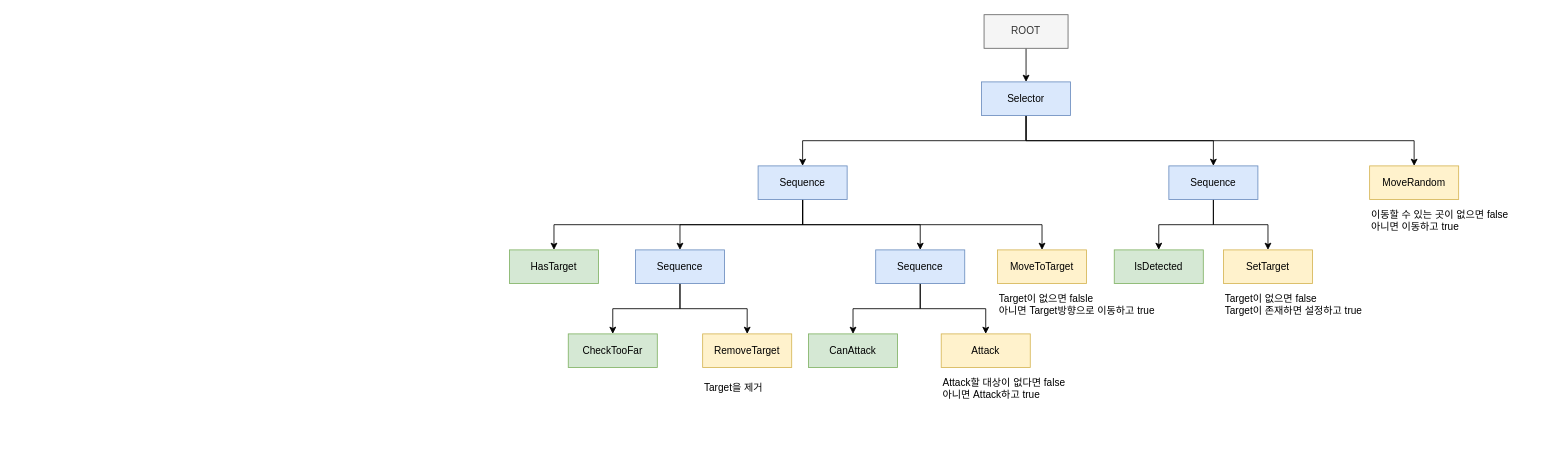
Seobok/DungeonMetronome keeps this draw.io diagram as EnemyBT.drawio. Above is the earlier version. Source tidied: cells renumbered, new cells numbered last; positions are measured from the earlier drawing's top-left corner, leaving out a move shared by most shapes. Both pictures are drawn from the tidied source at 84%, with x=0, y=0 at pixel (509, 14).
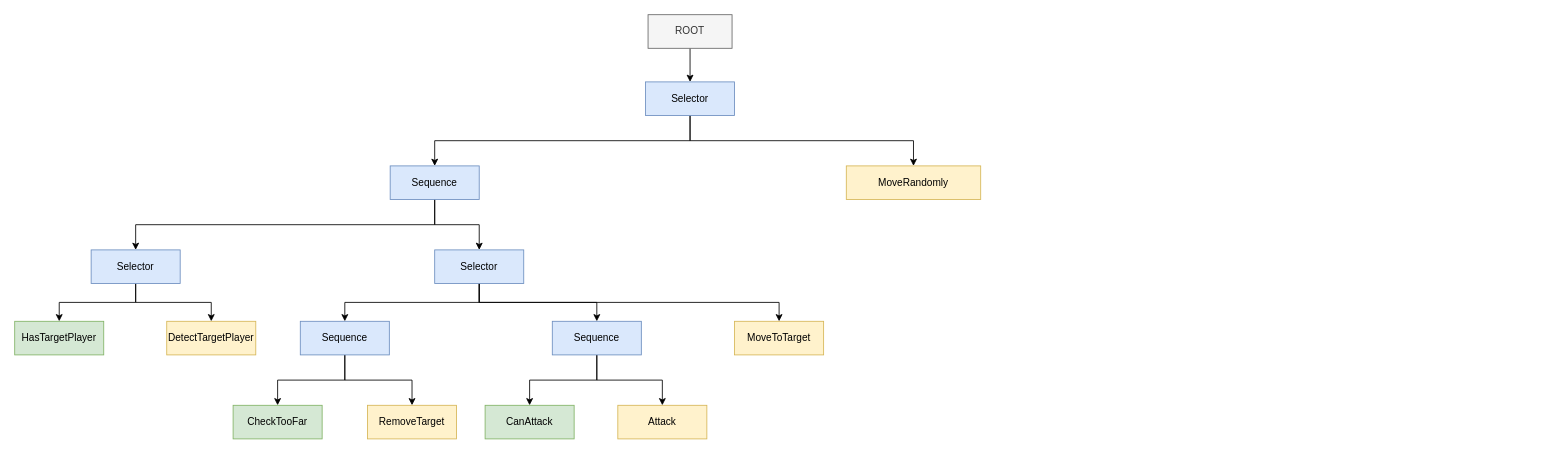
After the change.

The edit, as a diff of the source:
```diff
@@
     <mxCell id="3" value="ROOT" style="rounded=0;whiteSpace=wrap;html=1;fillColor=#f5f5f5;fontColor=#333333;strokeColor=#666666;" parent="1" vertex="1">
-      <mxGeometry x="565" width="100" height="40" as="geometry" />
+      <mxGeometry x="165" width="100" height="40" as="geometry" />
     </mxCell>
-    <mxCell id="4" value="IsDetected" style="rounded=0;whiteSpace=wrap;html=1;fillColor=#d5e8d4;strokeColor=#82b366;" parent="1" vertex="1">
-      <mxGeometry x="720" y="280" width="106" height="40" as="geometry" />
-    </mxCell>
-    <mxCell id="5" value="MoveRandom" style="rounded=0;whiteSpace=wrap;html=1;fillColor=#fff2cc;strokeColor=#d6b656;" parent="1" vertex="1">
-      <mxGeometry x="1024" y="180" width="106" height="40" as="geometry" />
+    <mxCell id="5" value="MoveRandomly" style="rounded=0;whiteSpace=wrap;html=1;fillColor=#fff2cc;strokeColor=#d6b656;" parent="1" vertex="1">
+      <mxGeometry x="401" y="180" width="160" height="40" as="geometry" />
     </mxCell>
-    <mxCell id="6" value="HasTarget" style="rounded=0;whiteSpace=wrap;html=1;fillColor=#d5e8d4;strokeColor=#82b366;" parent="1" vertex="1">
-      <mxGeometry y="280" width="106" height="40" as="geometry" />
+    <mxCell id="6" value="HasTargetPlayer" style="rounded=0;whiteSpace=wrap;html=1;fillColor=#d5e8d4;strokeColor=#82b366;" parent="1" vertex="1">
+      <mxGeometry x="-589" y="365" width="106" height="40" as="geometry" />
     </mxCell>
     <mxCell id="7" value="CanAttack" style="rounded=0;whiteSpace=wrap;html=1;fillColor=#d5e8d4;strokeColor=#82b366;" parent="1" vertex="1">
-      <mxGeometry x="356" y="380" width="106" height="40" as="geometry" />
+      <mxGeometry x="-29" y="465" width="106" height="40" as="geometry" />
     </mxCell>
     <mxCell id="8" value="Attack" style="rounded=0;whiteSpace=wrap;html=1;fillColor=#fff2cc;strokeColor=#d6b656;" parent="1" vertex="1">
-      <mxGeometry x="514" y="380" width="106" height="40" as="geometry" />
+      <mxGeometry x="129" y="465" width="106" height="40" as="geometry" />
     </mxCell>
     <mxCell id="9" value="MoveToTarget" style="rounded=0;whiteSpace=wrap;html=1;fillColor=#fff2cc;strokeColor=#d6b656;" parent="1" vertex="1">
-      <mxGeometry x="581" y="280" width="106" height="40" as="geometry" />
+      <mxGeometry x="268" y="365" width="106" height="40" as="geometry" />
     </mxCell>
+    <mxCell id="11" style="edgeStyle=orthogonalEdgeStyle;rounded=0;jettySize=auto;html=1;exitX=0.5;exitY=1;exitDx=0;exitDy=0;" parent="1" edge="1" source="13" target="18">
+      <mxGeometry relative="1" as="geometry" />
+    </mxCell>
@@
-    <mxCell id="11" style="edgeStyle=orthogonalEdgeStyle;rounded=0;jettySize=auto;html=1;exitX=0.5;exitY=1;exitDx=0;exitDy=0;" parent="1" edge="1" source="13" target="18">
-      <mxGeometry relative="1" as="geometry" />
-    </mxCell>
-    <mxCell id="12" style="edgeStyle=orthogonalEdgeStyle;rounded=0;jettySize=auto;html=1;exitX=0.5;exitY=1;exitDx=0;exitDy=0;entryX=0.5;entryY=0;entryDx=0;entryDy=0;" parent="1" edge="1" source="13" target="24">
-      <mxGeometry relative="1" as="geometry" />
-    </mxCell>
     <mxCell id="13" value="Selector" style="rounded=0;whiteSpace=wrap;html=1;fillColor=#dae8fc;strokeColor=#6c8ebf;" parent="1" vertex="1">
-      <mxGeometry x="562" y="80" width="106" height="40" as="geometry" />
+      <mxGeometry x="162" y="80" width="106" height="40" as="geometry" />
     </mxCell>
-    <mxCell id="14" style="edgeStyle=orthogonalEdgeStyle;rounded=0;jettySize=auto;html=1;exitX=0.5;exitY=1;exitDx=0;exitDy=0;" parent="1" edge="1" source="18" target="6">
-      <mxGeometry relative="1" as="geometry" />
-    </mxCell>
-    <mxCell id="15" style="edgeStyle=orthogonalEdgeStyle;rounded=0;jettySize=auto;html=1;exitX=0.5;exitY=1;exitDx=0;exitDy=0;" parent="1" edge="1" source="18" target="21">
-      <mxGeometry relative="1" as="geometry" />
-    </mxCell>
-    <mxCell id="16" style="edgeStyle=orthogonalEdgeStyle;rounded=0;jettySize=auto;html=1;exitX=0.5;exitY=1;exitDx=0;exitDy=0;" parent="1" edge="1" source="18" target="9">
-      <mxGeometry relative="1" as="geometry" />
-    </mxCell>
-    <mxCell id="17" style="edgeStyle=orthogonalEdgeStyle;rounded=0;jettySize=auto;html=1;exitX=0.5;exitY=1;exitDx=0;exitDy=0;" parent="1" edge="1" source="18" target="32">
-      <mxGeometry relative="1" as="geometry" />
-    </mxCell>
+    <mxCell id="36" style="edgeStyle=orthogonalEdgeStyle;rounded=0;jettySize=auto;html=1;exitX=0.5;exitY=1;exitDx=0;exitDy=0;" parent="1" edge="1" source="18" target="41">
+      <mxGeometry relative="1" as="geometry" />
+    </mxCell>
+    <mxCell id="37" style="edgeStyle=orthogonalEdgeStyle;rounded=0;jettySize=auto;html=1;exitX=0.5;exitY=1;exitDx=0;exitDy=0;entryX=0.5;entryY=0;entryDx=0;entryDy=0;" parent="1" edge="1" source="18" target="44">
+      <mxGeometry relative="1" as="geometry" />
+    </mxCell>
     <mxCell id="18" value="Sequence" style="rounded=0;whiteSpace=wrap;html=1;fillColor=#dae8fc;strokeColor=#6c8ebf;" parent="1" vertex="1">
-      <mxGeometry x="296" y="180" width="106" height="40" as="geometry" />
+      <mxGeometry x="-142" y="180" width="106" height="40" as="geometry" />
     </mxCell>
@@
     <mxCell id="21" value="Sequence" style="rounded=0;whiteSpace=wrap;html=1;fillColor=#dae8fc;strokeColor=#6c8ebf;" parent="1" vertex="1">
-      <mxGeometry x="436" y="280" width="106" height="40" as="geometry" />
+      <mxGeometry x="51" y="365" width="106" height="40" as="geometry" />
     </mxCell>
-    <mxCell id="22" style="edgeStyle=orthogonalEdgeStyle;rounded=0;jettySize=auto;html=1;exitX=0.5;exitY=1;exitDx=0;exitDy=0;" parent="1" edge="1" source="24" target="4">
-      <mxGeometry relative="1" as="geometry" />
-    </mxCell>
-    <mxCell id="23" style="edgeStyle=orthogonalEdgeStyle;rounded=0;jettySize=auto;html=1;exitX=0.5;exitY=1;exitDx=0;exitDy=0;" parent="1" edge="1" source="24" target="25">
-      <mxGeometry relative="1" as="geometry" />
-    </mxCell>
-    <mxCell id="24" value="Sequence" style="rounded=0;whiteSpace=wrap;html=1;fillColor=#dae8fc;strokeColor=#6c8ebf;" parent="1" vertex="1">
-      <mxGeometry x="785" y="180" width="106" height="40" as="geometry" />
-    </mxCell>
-    <mxCell id="25" value="SetTarget" style="rounded=0;whiteSpace=wrap;html=1;fillColor=#fff2cc;strokeColor=#d6b656;" parent="1" vertex="1">
-      <mxGeometry x="850" y="280" width="106" height="40" as="geometry" />
+    <mxCell id="25" value="DetectTargetPlayer" style="rounded=0;whiteSpace=wrap;html=1;fillColor=#fff2cc;strokeColor=#d6b656;" parent="1" vertex="1">
+      <mxGeometry x="-408" y="365" width="106" height="40" as="geometry" />
     </mxCell>
-    <mxCell id="26" value="Attack할 대상이 없다면 false&lt;div&gt;아니면 Attack하고 true&lt;/div&gt;" style="text;html=1;align=left;verticalAlign=middle;whiteSpace=wrap;rounded=0;" parent="1" vertex="1">
-      <mxGeometry x="514" y="430" width="206" height="30" as="geometry" />
-    </mxCell>
-    <mxCell id="27" value="Target이 없으면 falsle&lt;div&gt;아니면 Target방향으로 이동하고 true&lt;/div&gt;" style="text;html=1;align=left;verticalAlign=middle;whiteSpace=wrap;rounded=0;" parent="1" vertex="1">
-      <mxGeometry x="581" y="330" width="206" height="30" as="geometry" />
-    </mxCell>
-    <mxCell id="28" value="&lt;div&gt;Target이 없으면 false&lt;/div&gt;Target이 존재하면 설정하고 true" style="text;html=1;align=left;verticalAlign=middle;whiteSpace=wrap;rounded=0;" parent="1" vertex="1">
-      <mxGeometry x="850" y="330" width="206" height="30" as="geometry" />
-    </mxCell>
-    <mxCell id="29" value="이동할 수 있는 곳이 없으면 false&lt;div&gt;아니면 이동하고 true&lt;/div&gt;" style="text;html=1;align=left;verticalAlign=middle;whiteSpace=wrap;rounded=0;" parent="1" vertex="1">
-      <mxGeometry x="1024" y="230" width="206" height="30" as="geometry" />
-    </mxCell>
@@
     <mxCell id="32" value="Sequence" style="rounded=0;whiteSpace=wrap;html=1;fillColor=#dae8fc;strokeColor=#6c8ebf;" parent="1" vertex="1">
-      <mxGeometry x="150" y="280" width="106" height="40" as="geometry" />
+      <mxGeometry x="-249" y="365" width="106" height="40" as="geometry" />
     </mxCell>
     <mxCell id="33" value="CheckTooFar" style="rounded=0;whiteSpace=wrap;html=1;fillColor=#d5e8d4;strokeColor=#82b366;" parent="1" vertex="1">
-      <mxGeometry x="70" y="380" width="106" height="40" as="geometry" />
+      <mxGeometry x="-329" y="465" width="106" height="40" as="geometry" />
     </mxCell>
     <mxCell id="34" value="RemoveTarget" style="rounded=0;whiteSpace=wrap;html=1;fillColor=#fff2cc;strokeColor=#d6b656;" parent="1" vertex="1">
-      <mxGeometry x="230" y="380" width="106" height="40" as="geometry" />
+      <mxGeometry x="-169" y="465" width="106" height="40" as="geometry" />
     </mxCell>
-    <mxCell id="35" value="Target을 제거" style="text;html=1;align=left;verticalAlign=middle;whiteSpace=wrap;rounded=0;" parent="1" vertex="1">
-      <mxGeometry x="230" y="430" width="206" height="30" as="geometry" />
-    </mxCell>
+    <mxCell id="38" style="edgeStyle=orthogonalEdgeStyle;rounded=0;jettySize=auto;html=1;exitX=0.5;exitY=1;exitDx=0;exitDy=0;" parent="1" edge="1" source="41" target="32">
+      <mxGeometry relative="1" as="geometry" />
+    </mxCell>
+    <mxCell id="39" style="edgeStyle=orthogonalEdgeStyle;rounded=0;jettySize=auto;html=1;exitX=0.5;exitY=1;exitDx=0;exitDy=0;" parent="1" edge="1" source="41" target="21">
+      <mxGeometry relative="1" as="geometry" />
+    </mxCell>
+    <mxCell id="40" style="edgeStyle=orthogonalEdgeStyle;rounded=0;jettySize=auto;html=1;exitX=0.5;exitY=1;exitDx=0;exitDy=0;" parent="1" edge="1" source="41" target="9">
+      <mxGeometry relative="1" as="geometry" />
+    </mxCell>
+    <mxCell id="41" value="Selector" style="rounded=0;whiteSpace=wrap;html=1;fillColor=#dae8fc;strokeColor=#6c8ebf;" parent="1" vertex="1">
+      <mxGeometry x="-89" y="280" width="106" height="40" as="geometry" />
+    </mxCell>
+    <mxCell id="42" style="edgeStyle=orthogonalEdgeStyle;rounded=0;jettySize=auto;html=1;exitX=0.5;exitY=1;exitDx=0;exitDy=0;" parent="1" edge="1" source="44" target="6">
+      <mxGeometry relative="1" as="geometry" />
+    </mxCell>
+    <mxCell id="43" style="edgeStyle=orthogonalEdgeStyle;rounded=0;jettySize=auto;html=1;exitX=0.5;exitY=1;exitDx=0;exitDy=0;" parent="1" edge="1" source="44" target="25">
+      <mxGeometry relative="1" as="geometry" />
+    </mxCell>
+    <mxCell id="44" value="Selector" style="rounded=0;whiteSpace=wrap;html=1;fillColor=#dae8fc;strokeColor=#6c8ebf;" parent="1" vertex="1">
+      <mxGeometry x="-498" y="280" width="106" height="40" as="geometry" />
+    </mxCell>
```
